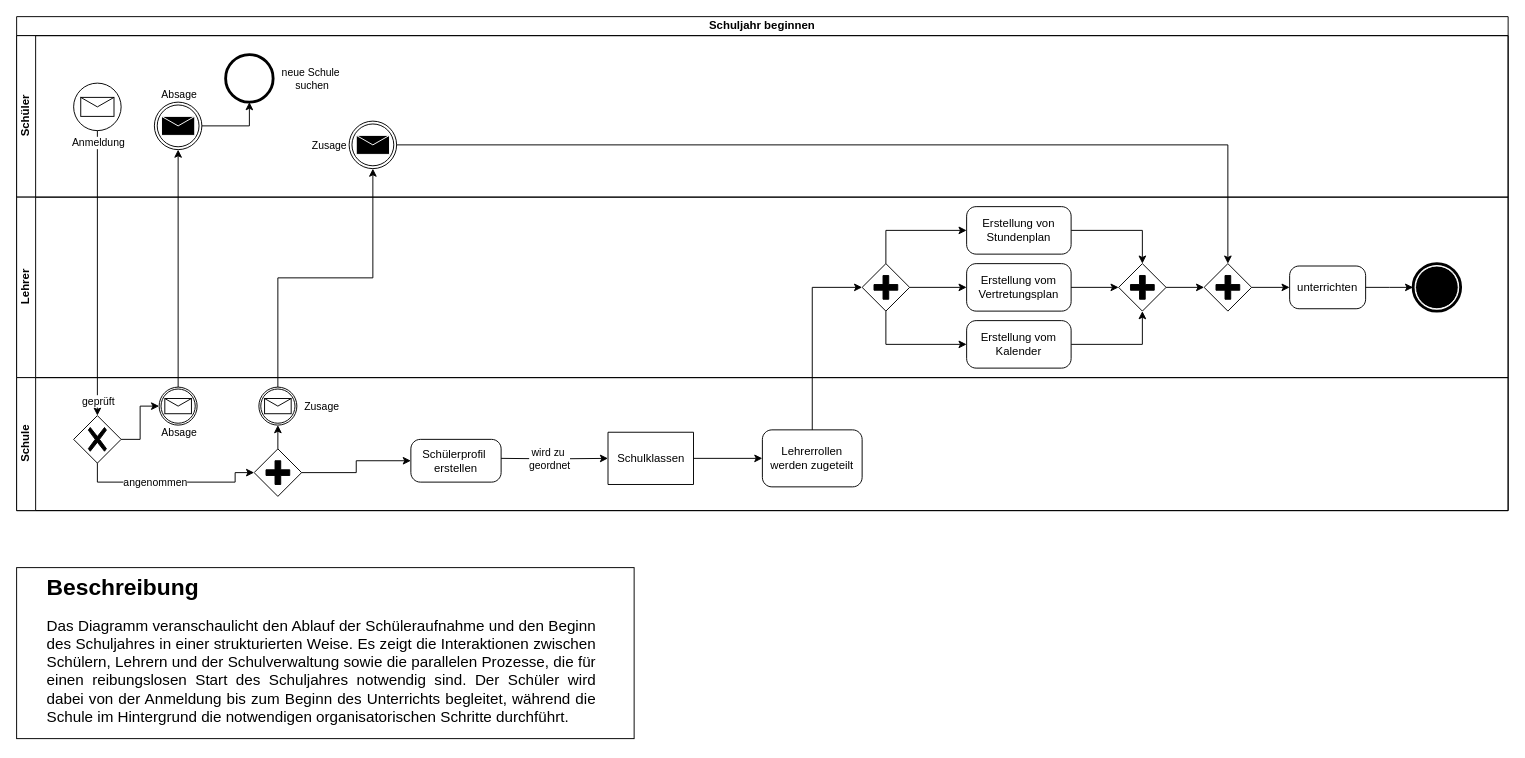
Before: Aktivitätsdiagram.drawio in TrainFan1804/SchulverwaltungUML, a draw.io diagram. Source tidied: cells renumbered, new cells numbered last; positions are measured from the earlier drawing's top-left corner, leaving out a move shared by most shapes. Both pictures are drawn from the tidied source at 95%, with x=0, y=0 at pixel (16, 16).
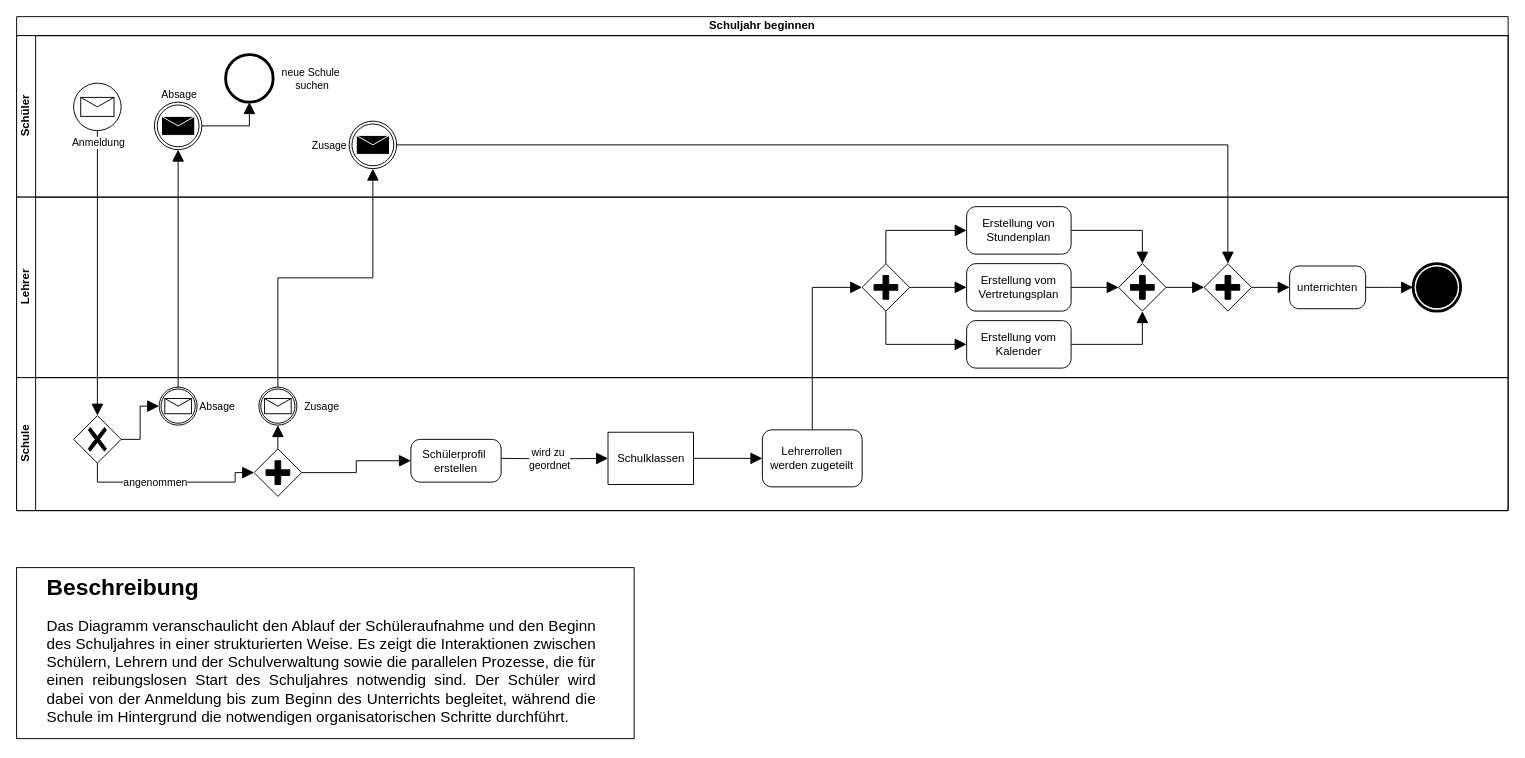
The same diagram, later.

The change refers to these unchanged cells:
```xml
<mxCell id="2" value="Schuljahr beginnen" style="swimlane;html=1;horizontal=1;startSize=20;whiteSpace=wrap;" parent="1" vertex="1">
  <mxGeometry width="1570" height="520" as="geometry" />
</mxCell>
<mxCell id="3" value="&lt;b&gt;Schüler&lt;/b&gt;" style="swimlane;html=1;startSize=20;horizontal=0;fontStyle=0;" parent="2" vertex="1">
  <mxGeometry y="20" width="1570" height="170" as="geometry" />
</mxCell>
<mxCell id="4" style="points=[[0.145,0.145,0],[0.5,0,0],[0.855,0.145,0],[1,0.5,0],[0.855,0.855,0],[0.5,1,0],[0.145,0.855,0],[0,0.5,0]];shape=mxgraph.bpmn.event;html=1;verticalLabelPosition=bottom;labelBackgroundColor=#ffffff;verticalAlign=top;align=center;perimeter=ellipsePerimeter;outlineConnect=0;outline=standard;symbol=message;" parent="3" vertex="1">
  <mxGeometry x="60" y="50" width="50" height="50" as="geometry" />
</mxCell>
<mxCell id="5" style="points=[[0.145,0.145,0],[0.5,0,0],[0.855,0.145,0],[1,0.5,0],[0.855,0.855,0],[0.5,1,0],[0.145,0.855,0],[0,0.5,0]];shape=mxgraph.bpmn.event;html=1;verticalLabelPosition=bottom;labelBackgroundColor=#ffffff;verticalAlign=top;align=center;perimeter=ellipsePerimeter;outlineConnect=0;outline=throwing;symbol=message;" parent="3" vertex="1">
  <mxGeometry x="145" y="70" width="50" height="50" as="geometry" />
</mxCell>
<mxCell id="6" style="points=[[0.145,0.145,0],[0.5,0,0],[0.855,0.145,0],[1,0.5,0],[0.855,0.855,0],[0.5,1,0],[0.145,0.855,0],[0,0.5,0]];shape=mxgraph.bpmn.event;html=1;verticalLabelPosition=bottom;labelBackgroundColor=#ffffff;verticalAlign=top;align=center;perimeter=ellipsePerimeter;outlineConnect=0;outline=throwing;symbol=message;" parent="3" vertex="1">
  <mxGeometry x="350" y="90" width="50" height="50" as="geometry" />
</mxCell>
<mxCell id="7" style="points=[[0.145,0.145,0],[0.5,0,0],[0.855,0.145,0],[1,0.5,0],[0.855,0.855,0],[0.5,1,0],[0.145,0.855,0],[0,0.5,0]];shape=mxgraph.bpmn.event;html=1;verticalLabelPosition=bottom;labelBackgroundColor=#ffffff;verticalAlign=top;align=center;perimeter=ellipsePerimeter;outlineConnect=0;outline=end;symbol=terminate2;" parent="3" vertex="1">
  <mxGeometry x="220" y="20" width="50" height="50" as="geometry" />
</mxCell>
<mxCell id="16" value="Lehrer" style="swimlane;html=1;startSize=20;horizontal=0;" parent="2" vertex="1">
  <mxGeometry y="190" width="1570" height="190" as="geometry" />
</mxCell>
<mxCell id="18" value="Erstellung von Stundenplan" style="points=[[0.25,0,0],[0.5,0,0],[0.75,0,0],[1,0.25,0],[1,0.5,0],[1,0.75,0],[0.75,1,0],[0.5,1,0],[0.25,1,0],[0,0.75,0],[0,0.5,0],[0,0.25,0]];shape=mxgraph.bpmn.task;whiteSpace=wrap;rectStyle=rounded;size=10;html=1;taskMarker=abstract;" parent="16" vertex="1">
  <mxGeometry x="1000" y="10" width="110" height="50" as="geometry" />
</mxCell>
<mxCell id="19" value="unterrichten" style="points=[[0.25,0,0],[0.5,0,0],[0.75,0,0],[1,0.25,0],[1,0.5,0],[1,0.75,0],[0.75,1,0],[0.5,1,0],[0.25,1,0],[0,0.75,0],[0,0.5,0],[0,0.25,0]];shape=mxgraph.bpmn.task;whiteSpace=wrap;rectStyle=rounded;size=10;html=1;taskMarker=abstract;" parent="16" vertex="1">
  <mxGeometry x="1340" y="72.5" width="80" height="45" as="geometry" />
</mxCell>
<mxCell id="20" value="Erstellung vom Vertretungsplan" style="points=[[0.25,0,0],[0.5,0,0],[0.75,0,0],[1,0.25,0],[1,0.5,0],[1,0.75,0],[0.75,1,0],[0.5,1,0],[0.25,1,0],[0,0.75,0],[0,0.5,0],[0,0.25,0]];shape=mxgraph.bpmn.task;whiteSpace=wrap;rectStyle=rounded;size=10;html=1;taskMarker=abstract;" parent="16" vertex="1">
  <mxGeometry x="1000" y="70" width="110" height="50" as="geometry" />
</mxCell>
<mxCell id="22" value="Erstellung vom&lt;div&gt;Kalender&lt;/div&gt;" style="points=[[0.25,0,0],[0.5,0,0],[0.75,0,0],[1,0.25,0],[1,0.5,0],[1,0.75,0],[0.75,1,0],[0.5,1,0],[0.25,1,0],[0,0.75,0],[0,0.5,0],[0,0.25,0]];shape=mxgraph.bpmn.task;whiteSpace=wrap;rectStyle=rounded;size=10;html=1;taskMarker=abstract;" parent="16" vertex="1">
  <mxGeometry x="1000" y="130" width="110" height="50" as="geometry" />
</mxCell>
<mxCell id="25" style="points=[[0.25,0.25,0],[0.5,0,0],[0.75,0.25,0],[1,0.5,0],[0.75,0.75,0],[0.5,1,0],[0.25,0.75,0],[0,0.5,0]];shape=mxgraph.bpmn.gateway2;html=1;verticalLabelPosition=bottom;labelBackgroundColor=#ffffff;verticalAlign=top;align=center;perimeter=rhombusPerimeter;outlineConnect=0;outline=none;symbol=none;gwType=parallel;" parent="16" vertex="1">
  <mxGeometry x="890" y="70" width="50" height="50" as="geometry" />
</mxCell>
<mxCell id="29" style="points=[[0.25,0.25,0],[0.5,0,0],[0.75,0.25,0],[1,0.5,0],[0.75,0.75,0],[0.5,1,0],[0.25,0.75,0],[0,0.5,0]];shape=mxgraph.bpmn.gateway2;html=1;verticalLabelPosition=bottom;labelBackgroundColor=#ffffff;verticalAlign=top;align=center;perimeter=rhombusPerimeter;outlineConnect=0;outline=none;symbol=none;gwType=parallel;" parent="16" vertex="1">
  <mxGeometry x="1160" y="70" width="50" height="50" as="geometry" />
</mxCell>
<mxCell id="32" style="points=[[0.25,0.25,0],[0.5,0,0],[0.75,0.25,0],[1,0.5,0],[0.75,0.75,0],[0.5,1,0],[0.25,0.75,0],[0,0.5,0]];shape=mxgraph.bpmn.gateway2;html=1;verticalLabelPosition=bottom;labelBackgroundColor=#ffffff;verticalAlign=top;align=center;perimeter=rhombusPerimeter;outlineConnect=0;outline=none;symbol=none;gwType=parallel;" parent="16" vertex="1">
  <mxGeometry x="1250" y="70" width="50" height="50" as="geometry" />
</mxCell>
<mxCell id="34" value="Schule" style="swimlane;html=1;startSize=20;horizontal=0;" parent="2" vertex="1">
  <mxGeometry y="380" width="1570" height="140" as="geometry" />
</mxCell>
<mxCell id="35" style="points=[[0.25,0.25,0],[0.5,0,0],[0.75,0.25,0],[1,0.5,0],[0.75,0.75,0],[0.5,1,0],[0.25,0.75,0],[0,0.5,0]];shape=mxgraph.bpmn.gateway2;html=1;verticalLabelPosition=bottom;labelBackgroundColor=#ffffff;verticalAlign=top;align=center;perimeter=rhombusPerimeter;outlineConnect=0;outline=none;symbol=none;gwType=exclusive;" parent="34" vertex="1">
  <mxGeometry x="60" y="40" width="50" height="50" as="geometry" />
</mxCell>
<mxCell id="36" value="Schülerprofil&amp;nbsp;&lt;div&gt;erstellen&lt;/div&gt;" style="points=[[0.25,0,0],[0.5,0,0],[0.75,0,0],[1,0.25,0],[1,0.5,0],[1,0.75,0],[0.75,1,0],[0.5,1,0],[0.25,1,0],[0,0.75,0],[0,0.5,0],[0,0.25,0]];shape=mxgraph.bpmn.task;whiteSpace=wrap;rectStyle=rounded;size=10;html=1;taskMarker=abstract;" parent="34" vertex="1">
  <mxGeometry x="415" y="65" width="95" height="45" as="geometry" />
</mxCell>
<mxCell id="39" value="Schulklassen" style="points=[[0.25,0,0],[0.5,0,0],[0.75,0,0],[1,0.25,0],[1,0.5,0],[1,0.75,0],[0.75,1,0],[0.5,1,0],[0.25,1,0],[0,0.75,0],[0,0.5,0],[0,0.25,0]];shape=mxgraph.bpmn.task;whiteSpace=wrap;rectStyle=square;size=10;html=1;taskMarker=abstract;" parent="34" vertex="1">
  <mxGeometry x="622.5" y="57.5" width="90" height="55" as="geometry" />
</mxCell>
<mxCell id="42" value="Lehrerrollen werden zugeteilt" style="points=[[0.25,0,0],[0.5,0,0],[0.75,0,0],[1,0.25,0],[1,0.5,0],[1,0.75,0],[0.75,1,0],[0.5,1,0],[0.25,1,0],[0,0.75,0],[0,0.5,0],[0,0.25,0]];shape=mxgraph.bpmn.task;whiteSpace=wrap;rectStyle=rounded;size=10;html=1;taskMarker=abstract;" parent="34" vertex="1">
  <mxGeometry x="785" y="55" width="105" height="60" as="geometry" />
</mxCell>
<mxCell id="44" style="points=[[0.145,0.145,0],[0.5,0,0],[0.855,0.145,0],[1,0.5,0],[0.855,0.855,0],[0.5,1,0],[0.145,0.855,0],[0,0.5,0]];shape=mxgraph.bpmn.event;html=1;verticalLabelPosition=bottom;labelBackgroundColor=#ffffff;verticalAlign=top;align=center;perimeter=ellipsePerimeter;outlineConnect=0;outline=catching;symbol=message;" parent="34" vertex="1">
  <mxGeometry x="150" y="10" width="40" height="40" as="geometry" />
</mxCell>
<mxCell id="47" style="points=[[0.25,0.25,0],[0.5,0,0],[0.75,0.25,0],[1,0.5,0],[0.75,0.75,0],[0.5,1,0],[0.25,0.75,0],[0,0.5,0]];shape=mxgraph.bpmn.gateway2;html=1;verticalLabelPosition=bottom;labelBackgroundColor=#ffffff;verticalAlign=top;align=center;perimeter=rhombusPerimeter;outlineConnect=0;outline=none;symbol=none;gwType=parallel;" parent="34" vertex="1">
  <mxGeometry x="250" y="75" width="50" height="50" as="geometry" />
</mxCell>
<mxCell id="48" style="points=[[0.145,0.145,0],[0.5,0,0],[0.855,0.145,0],[1,0.5,0],[0.855,0.855,0],[0.5,1,0],[0.145,0.855,0],[0,0.5,0]];shape=mxgraph.bpmn.event;html=1;verticalLabelPosition=bottom;labelBackgroundColor=#ffffff;verticalAlign=top;align=center;perimeter=ellipsePerimeter;outlineConnect=0;outline=catching;symbol=message;" parent="34" vertex="1">
  <mxGeometry x="255" y="10" width="40" height="40" as="geometry" />
</mxCell>
```

Diff of the diagram source:
```diff
@@
-    <mxCell id="8" style="edgeStyle=orthogonalEdgeStyle;rounded=0;jettySize=auto;html=1;entryX=0.5;entryY=1;entryDx=0;entryDy=0;entryPerimeter=0;" parent="3" edge="1" source="5" target="7">
+    <mxCell id="8" style="edgeStyle=orthogonalEdgeStyle;rounded=0;jettySize=auto;html=1;entryX=0.5;entryY=1;entryDx=0;entryDy=0;entryPerimeter=0;endSize=10;endArrow=block;endFill=1;" parent="3" edge="1" source="5" target="7">
       <mxGeometry relative="1" as="geometry" />
     </mxCell>
@@
-    <mxCell id="10" style="edgeStyle=orthogonalEdgeStyle;rounded=0;jettySize=auto;html=1;entryX=0.5;entryY=0;entryDx=0;entryDy=0;entryPerimeter=0;" parent="2" edge="1" source="4" target="35">
+    <mxCell id="10" style="edgeStyle=orthogonalEdgeStyle;rounded=0;jettySize=auto;html=1;entryX=0.5;entryY=0;entryDx=0;entryDy=0;entryPerimeter=0;startSize=10;endSize=10;endArrow=block;endFill=1;" parent="2" edge="1" source="4" target="35">
       <mxGeometry relative="1" as="geometry" />
     </mxCell>
-    <mxCell id="11" value="geprüft" style="edgeLabel;html=1;align=center;verticalAlign=middle;" parent="10" vertex="1">
-      <mxGeometry x="0.61" y="-1" relative="1" as="geometry">
-        <mxPoint x="1" y="43" as="offset" />
-      </mxGeometry>
-    </mxCell>
@@
-    <mxCell id="13" style="edgeStyle=orthogonalEdgeStyle;rounded=0;jettySize=auto;html=1;entryX=0.5;entryY=1;entryDx=0;entryDy=0;entryPerimeter=0;exitX=0.5;exitY=0;exitDx=0;exitDy=0;exitPerimeter=0;" parent="2" edge="1" source="44" target="5">
+    <mxCell id="13" style="edgeStyle=orthogonalEdgeStyle;rounded=0;jettySize=auto;html=1;entryX=0.5;entryY=1;entryDx=0;entryDy=0;entryPerimeter=0;exitX=0.5;exitY=0;exitDx=0;exitDy=0;exitPerimeter=0;endArrow=block;endFill=1;endSize=10;" parent="2" edge="1" source="44" target="5">
       <mxGeometry relative="1" as="geometry" />
     </mxCell>
@@
-    <mxCell id="15" style="edgeStyle=orthogonalEdgeStyle;rounded=0;jettySize=auto;html=1;entryX=0.5;entryY=1;entryDx=0;entryDy=0;entryPerimeter=0;exitX=0.5;exitY=0;exitDx=0;exitDy=0;exitPerimeter=0;" parent="2" edge="1" source="48" target="6">
+    <mxCell id="15" style="edgeStyle=orthogonalEdgeStyle;rounded=0;jettySize=auto;html=1;entryX=0.5;entryY=1;entryDx=0;entryDy=0;entryPerimeter=0;exitX=0.5;exitY=0;exitDx=0;exitDy=0;exitPerimeter=0;endSize=10;endArrow=block;endFill=1;" parent="2" edge="1" source="48" target="6">
       <mxGeometry relative="1" as="geometry" />
     </mxCell>
@@
-    <mxCell id="17" style="edgeStyle=orthogonalEdgeStyle;rounded=0;jettySize=auto;html=1;" parent="16" edge="1" source="18" target="29">
+    <mxCell id="17" style="edgeStyle=orthogonalEdgeStyle;rounded=0;jettySize=auto;html=1;endArrow=block;endFill=1;endSize=10;" parent="16" edge="1" source="18" target="29">
       <mxGeometry relative="1" as="geometry" />
     </mxCell>
@@
-    <mxCell id="21" style="edgeStyle=orthogonalEdgeStyle;rounded=0;jettySize=auto;html=1;" parent="16" edge="1" source="22" target="29">
+    <mxCell id="21" style="edgeStyle=orthogonalEdgeStyle;rounded=0;jettySize=auto;html=1;endArrow=block;endFill=1;endSize=10;" parent="16" edge="1" source="22" target="29">
       <mxGeometry relative="1" as="geometry" />
     </mxCell>
@@
-    <mxCell id="23" style="edgeStyle=orthogonalEdgeStyle;rounded=0;jettySize=auto;html=1;entryX=0;entryY=0.5;entryDx=0;entryDy=0;entryPerimeter=0;" parent="16" edge="1" source="19">
+    <mxCell id="23" style="edgeStyle=orthogonalEdgeStyle;rounded=0;jettySize=auto;html=1;entryX=0;entryY=0.5;entryDx=0;entryDy=0;entryPerimeter=0;endArrow=block;endFill=1;endSize=10;" parent="16" edge="1" source="19">
       <mxGeometry relative="1" as="geometry">
         <mxPoint x="1470" y="95" as="targetPoint" />
       </mxGeometry>
     </mxCell>
@@
-    <mxCell id="26" style="edgeStyle=orthogonalEdgeStyle;rounded=0;jettySize=auto;html=1;entryX=0;entryY=0.5;entryDx=0;entryDy=0;entryPerimeter=0;" parent="16" edge="1" source="25" target="20">
+    <mxCell id="26" style="edgeStyle=orthogonalEdgeStyle;rounded=0;jettySize=auto;html=1;entryX=0;entryY=0.5;entryDx=0;entryDy=0;entryPerimeter=0;endArrow=block;endFill=1;endSize=10;" parent="16" edge="1" source="25" target="20">
       <mxGeometry relative="1" as="geometry" />
     </mxCell>
-    <mxCell id="27" style="edgeStyle=orthogonalEdgeStyle;rounded=0;jettySize=auto;html=1;entryX=0;entryY=0.5;entryDx=0;entryDy=0;entryPerimeter=0;" parent="16" edge="1" source="25" target="18">
+    <mxCell id="27" style="edgeStyle=orthogonalEdgeStyle;rounded=0;jettySize=auto;html=1;entryX=0;entryY=0.5;entryDx=0;entryDy=0;entryPerimeter=0;endArrow=block;endFill=1;endSize=10;" parent="16" edge="1" source="25" target="18">
       <mxGeometry relative="1" as="geometry">
         <Array as="points">
           <mxPoint x="915" y="35" />
         </Array>
       </mxGeometry>
     </mxCell>
-    <mxCell id="28" style="edgeStyle=orthogonalEdgeStyle;rounded=0;jettySize=auto;html=1;entryX=0;entryY=0.5;entryDx=0;entryDy=0;entryPerimeter=0;" parent="16" edge="1" source="25" target="22">
+    <mxCell id="28" style="edgeStyle=orthogonalEdgeStyle;rounded=0;jettySize=auto;html=1;entryX=0;entryY=0.5;entryDx=0;entryDy=0;entryPerimeter=0;endArrow=block;endFill=1;endSize=10;" parent="16" edge="1" source="25" target="22">
       <mxGeometry relative="1" as="geometry">
         <Array as="points">
           <mxPoint x="915" y="155" />
         </Array>
       </mxGeometry>
     </mxCell>
@@
-    <mxCell id="30" style="edgeStyle=orthogonalEdgeStyle;rounded=0;jettySize=auto;html=1;entryX=0;entryY=0.5;entryDx=0;entryDy=0;entryPerimeter=0;" parent="16" edge="1" source="20" target="29">
+    <mxCell id="30" style="edgeStyle=orthogonalEdgeStyle;rounded=0;jettySize=auto;html=1;entryX=0;entryY=0.5;entryDx=0;entryDy=0;entryPerimeter=0;endArrow=block;endFill=1;endSize=10;" parent="16" edge="1" source="20" target="29">
       <mxGeometry relative="1" as="geometry" />
     </mxCell>
-    <mxCell id="31" style="edgeStyle=orthogonalEdgeStyle;rounded=0;jettySize=auto;html=1;" parent="16" edge="1" source="32" target="19">
+    <mxCell id="31" style="edgeStyle=orthogonalEdgeStyle;rounded=0;jettySize=auto;html=1;endArrow=block;endFill=1;endSize=10;" parent="16" edge="1" source="32" target="19">
       <mxGeometry relative="1" as="geometry" />
     </mxCell>
@@
-    <mxCell id="33" style="edgeStyle=orthogonalEdgeStyle;rounded=0;jettySize=auto;html=1;entryX=0;entryY=0.5;entryDx=0;entryDy=0;entryPerimeter=0;" parent="16" edge="1" source="29" target="32">
+    <mxCell id="33" style="edgeStyle=orthogonalEdgeStyle;rounded=0;jettySize=auto;html=1;entryX=0;entryY=0.5;entryDx=0;entryDy=0;entryPerimeter=0;endArrow=block;endFill=1;endSize=10;" parent="16" edge="1" source="29" target="32">
       <mxGeometry relative="1" as="geometry" />
     </mxCell>
+    <mxCell id="52" style="edgeStyle=orthogonalEdgeStyle;rounded=0;jettySize=auto;html=1;entryX=0;entryY=0.5;entryDx=0;entryDy=0;entryPerimeter=0;endSize=10;endArrow=block;endFill=1;" parent="2" edge="1" source="42" target="25">
+      <mxGeometry relative="1" as="geometry" />
+    </mxCell>
+    <mxCell id="53" style="edgeStyle=orthogonalEdgeStyle;rounded=0;jettySize=auto;html=1;exitX=1;exitY=0.5;exitDx=0;exitDy=0;exitPerimeter=0;endArrow=block;endFill=1;endSize=10;" parent="2" edge="1" source="6" target="32">
+      <mxGeometry relative="1" as="geometry" />
+    </mxCell>
+    <mxCell id="54" value="Zusage" style="edgeLabel;html=1;align=center;verticalAlign=middle;" parent="53" vertex="1">
+      <mxGeometry x="-0.97" relative="1" as="geometry">
+        <mxPoint x="-87" as="offset" />
+      </mxGeometry>
+    </mxCell>
@@
-    <mxCell id="37" style="edgeStyle=orthogonalEdgeStyle;rounded=0;jettySize=auto;html=1;exitX=0.5;exitY=1;exitDx=0;exitDy=0;exitPerimeter=0;entryX=0;entryY=0.5;entryDx=0;entryDy=0;entryPerimeter=0;" parent="34" edge="1" source="35" target="47">
+    <mxCell id="37" style="edgeStyle=orthogonalEdgeStyle;rounded=0;jettySize=auto;html=1;exitX=0.5;exitY=1;exitDx=0;exitDy=0;exitPerimeter=0;entryX=0;entryY=0.5;entryDx=0;entryDy=0;entryPerimeter=0;endSize=10;endArrow=block;endFill=1;" parent="34" edge="1" source="35" target="47">
       <mxGeometry relative="1" as="geometry">
         <Array as="points">
           <mxPoint x="85" y="110" />
           <mxPoint x="230" y="110" />
           <mxPoint x="230" y="100" />
         </Array>
       </mxGeometry>
     </mxCell>
@@
-    <mxCell id="40" style="edgeStyle=orthogonalEdgeStyle;rounded=0;jettySize=auto;html=1;entryX=0;entryY=0.5;entryDx=0;entryDy=0;entryPerimeter=0;" parent="34" edge="1" target="39">
+    <mxCell id="40" style="edgeStyle=orthogonalEdgeStyle;rounded=0;jettySize=auto;html=1;entryX=0;entryY=0.5;entryDx=0;entryDy=0;entryPerimeter=0;endSize=10;endArrow=block;endFill=1;" parent="34" edge="1" target="39">
       <mxGeometry relative="1" as="geometry">
         <mxPoint x="510" y="85" as="sourcePoint" />
       </mxGeometry>
     </mxCell>
@@
-    <mxCell id="43" style="edgeStyle=orthogonalEdgeStyle;rounded=0;jettySize=auto;html=1;" parent="34" edge="1" source="39" target="42">
+    <mxCell id="43" style="edgeStyle=orthogonalEdgeStyle;rounded=0;jettySize=auto;html=1;endSize=10;endArrow=block;endFill=1;" parent="34" edge="1" source="39" target="42">
       <mxGeometry relative="1" as="geometry" />
     </mxCell>
@@
-    <mxCell id="45" style="edgeStyle=orthogonalEdgeStyle;rounded=0;jettySize=auto;html=1;entryX=0;entryY=0.5;entryDx=0;entryDy=0;entryPerimeter=0;exitX=1;exitY=0.5;exitDx=0;exitDy=0;exitPerimeter=0;" parent="34" edge="1" source="35" target="44">
+    <mxCell id="45" style="edgeStyle=orthogonalEdgeStyle;rounded=0;jettySize=auto;html=1;entryX=0;entryY=0.5;entryDx=0;entryDy=0;entryPerimeter=0;exitX=1;exitY=0.5;exitDx=0;exitDy=0;exitPerimeter=0;endSize=10;endArrow=block;endFill=1;" parent="34" edge="1" source="35" target="44">
       <mxGeometry relative="1" as="geometry">
         <Array as="points">
           <mxPoint x="130" y="65" />
           <mxPoint x="130" y="30" />
         </Array>
       </mxGeometry>
     </mxCell>
     <mxCell id="46" value="Absage" style="edgeLabel;html=1;align=center;verticalAlign=middle;" parent="45" vertex="1">
       <mxGeometry x="0.06" y="2" relative="1" as="geometry">
-        <mxPoint x="42" y="12" as="offset" />
+        <mxPoint x="82" y="-15" as="offset" />
       </mxGeometry>
     </mxCell>
@@
-    <mxCell id="49" style="edgeStyle=orthogonalEdgeStyle;rounded=0;jettySize=auto;html=1;exitX=0.5;exitY=0;exitDx=0;exitDy=0;exitPerimeter=0;entryX=0.5;entryY=1;entryDx=0;entryDy=0;entryPerimeter=0;" parent="34" edge="1" source="47" target="48">
+    <mxCell id="49" style="edgeStyle=orthogonalEdgeStyle;rounded=0;jettySize=auto;html=1;exitX=0.5;exitY=0;exitDx=0;exitDy=0;exitPerimeter=0;entryX=0.5;entryY=1;entryDx=0;entryDy=0;entryPerimeter=0;endSize=10;startSize=7;endArrow=block;endFill=1;" parent="34" edge="1" source="47" target="48">
       <mxGeometry relative="1" as="geometry" />
     </mxCell>
@@
-    <mxCell id="51" style="edgeStyle=orthogonalEdgeStyle;rounded=0;jettySize=auto;html=1;entryX=0;entryY=0.5;entryDx=0;entryDy=0;entryPerimeter=0;" parent="34" edge="1" source="47" target="36">
+    <mxCell id="51" style="edgeStyle=orthogonalEdgeStyle;rounded=0;jettySize=auto;html=1;entryX=0;entryY=0.5;entryDx=0;entryDy=0;entryPerimeter=0;endArrow=block;endFill=1;endSize=10;" parent="34" edge="1" source="47" target="36">
       <mxGeometry relative="1" as="geometry" />
     </mxCell>
-    <mxCell id="52" style="edgeStyle=orthogonalEdgeStyle;rounded=0;jettySize=auto;html=1;entryX=0;entryY=0.5;entryDx=0;entryDy=0;entryPerimeter=0;" parent="2" edge="1" source="42" target="25">
-      <mxGeometry relative="1" as="geometry" />
-    </mxCell>
-    <mxCell id="53" style="edgeStyle=orthogonalEdgeStyle;rounded=0;jettySize=auto;html=1;exitX=1;exitY=0.5;exitDx=0;exitDy=0;exitPerimeter=0;" parent="2" edge="1" source="6" target="32">
-      <mxGeometry relative="1" as="geometry" />
-    </mxCell>
-    <mxCell id="54" value="Zusage" style="edgeLabel;html=1;align=center;verticalAlign=middle;" parent="53" vertex="1">
-      <mxGeometry x="-0.97" relative="1" as="geometry">
-        <mxPoint x="-87" as="offset" />
-      </mxGeometry>
-    </mxCell>
```
